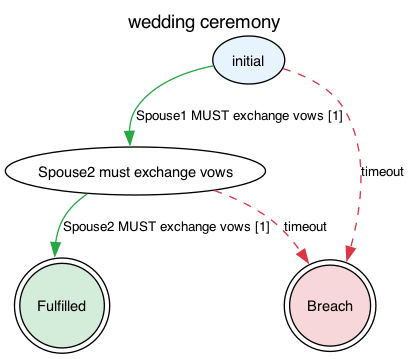
This is jl4/examples/state-graphs/weddingceremony.png from legalese/l4-ide, a Graphviz export, as it was before one commit. Its source is kept beside it as jl4/examples/state-graphs/weddingceremony.dot.
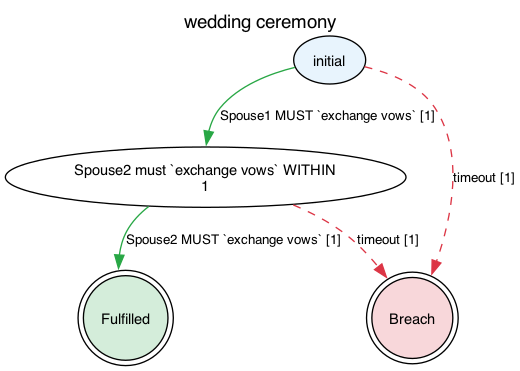
The same diagram one commit later.

Diff of the diagram source:
```diff
@@ -13,7 +13,7 @@
       ,style=filled
       ,shape=ellipse
       ,fillcolor="#e8f4fd"];
-    1 [label="Spouse2 must exchange vows"
+    1 [label="Spouse2 must `exchange vows` WITHIN\n1"
       ,fillcolor=white
       ,style=filled
       ,shape=ellipse
@@ -28,16 +28,16 @@
       ,style=filled
       ,shape=doublecircle
       ,fillcolor="#f8d7da"];
-    0 -> 1 [label="Spouse1 MUST exchange vows [1]"
+    0 -> 1 [label="Spouse1 MUST `exchange vows` [1]"
            ,color="#28a745"
            ,style=solid];
-    0 -> 3 [label=timeout
+    0 -> 3 [label="timeout [1]"
            ,color="#dc3545"
            ,style=dashed];
-    1 -> 2 [label="Spouse2 MUST exchange vows [1]"
+    1 -> 2 [label="Spouse2 MUST `exchange vows` [1]"
            ,color="#28a745"
            ,style=solid];
-    1 -> 3 [label=timeout
+    1 -> 3 [label="timeout [1]"
            ,color="#dc3545"
            ,style=dashed];
 }
```
